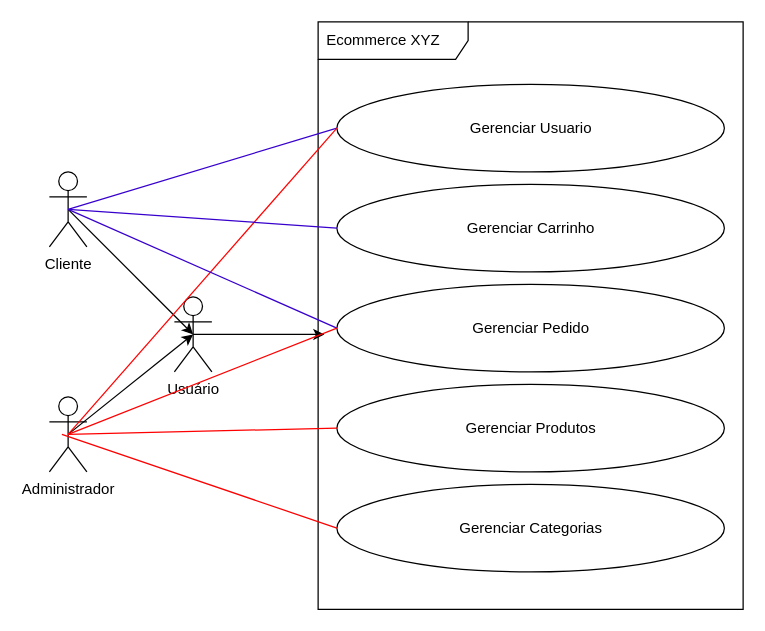
Before: page "Visão Geral - Domínio" (1 of 2) of requirements/ecommerce-caso-uso.drawio in robsonbucci/ecommerce-node-api, a draw.io diagram. Source tidied: cells renumbered, new cells numbered last; positions are measured from the earlier drawing's top-left corner, leaving out a move shared by most shapes. Both pictures are drawn from the tidied source at 125%, with x=0, y=0 at pixel (49, 21).
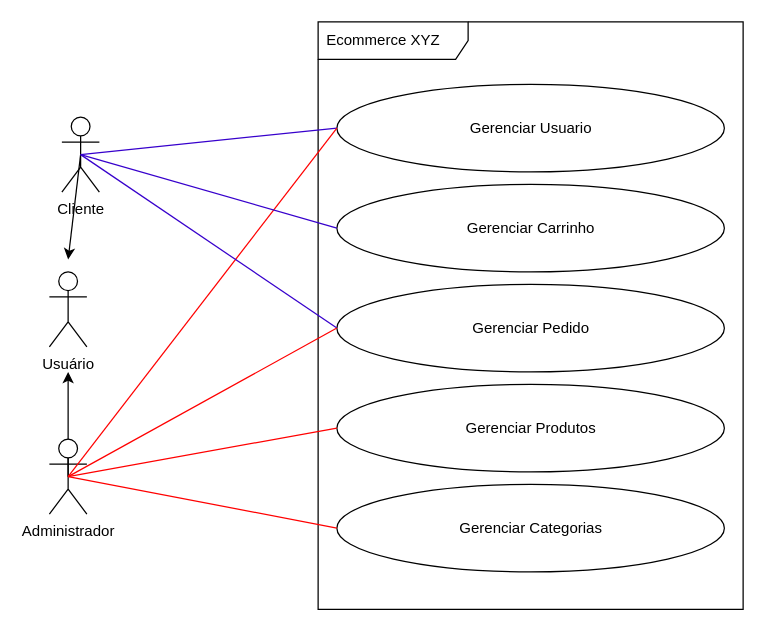
Above is the later version.

Commit message:
feat: add category subdomain

Unchanged cells that the change refers to:
```xml
<mxCell id="2" value="Ecommerce XYZ" style="shape=umlFrame;whiteSpace=wrap;html=1;width=120;height=30;boundedLbl=1;verticalAlign=middle;align=left;spacingLeft=5;" parent="1" vertex="1">
  <mxGeometry x="215" width="340" height="470" as="geometry" />
</mxCell>
<mxCell id="18" value="Gerenciar Categorias" style="html=1;strokeColor=none;fillColor=none;align=center;verticalAlign=middle;" parent="17" vertex="1">
  <mxGeometry y="26.2" width="310" height="17.5" as="geometry" />
</mxCell>
```

The edit, as a diff of the source:
```diff
@@
-    <mxCell id="3" style="edgeStyle=none;html=1;exitX=0.5;exitY=0.5;exitDx=0;exitDy=0;exitPerimeter=0;entryX=0.5;entryY=0.5;entryDx=0;entryDy=0;entryPerimeter=0;" parent="1" edge="1" source="4" target="8">
-      <mxGeometry relative="1" as="geometry" />
+    <mxCell id="3" style="edgeStyle=none;html=1;exitX=0.5;exitY=0.5;exitDx=0;exitDy=0;exitPerimeter=0;" parent="1" edge="1" source="4">
+      <mxGeometry relative="1" as="geometry">
+        <mxPoint x="15" y="190" as="targetPoint" />
+      </mxGeometry>
     </mxCell>
     <mxCell id="4" value="Cliente" style="shape=umlActor;verticalLabelPosition=bottom;verticalAlign=top;html=1;" parent="1" vertex="1">
-      <mxGeometry y="120" width="30" height="60" as="geometry" />
+      <mxGeometry x="10" y="76.2" width="30" height="60" as="geometry" />
     </mxCell>
-    <mxCell id="5" style="edgeStyle=none;html=1;exitX=0.5;exitY=0.5;exitDx=0;exitDy=0;exitPerimeter=0;entryX=0.5;entryY=0.5;entryDx=0;entryDy=0;entryPerimeter=0;" parent="1" edge="1" source="6" target="8">
-      <mxGeometry relative="1" as="geometry" />
+    <mxCell id="5" style="edgeStyle=none;html=1;exitX=0.5;exitY=0.5;exitDx=0;exitDy=0;exitPerimeter=0;" parent="1" edge="1" source="6">
+      <mxGeometry relative="1" as="geometry">
+        <mxPoint x="15" y="280" as="targetPoint" />
+      </mxGeometry>
     </mxCell>
     <mxCell id="6" value="Administrador" style="shape=umlActor;verticalLabelPosition=bottom;verticalAlign=top;html=1;" parent="1" vertex="1">
-      <mxGeometry y="300" width="30" height="60" as="geometry" />
+      <mxGeometry y="333.8" width="30" height="60" as="geometry" />
     </mxCell>
-    <mxCell id="7" style="edgeStyle=none;html=1;exitX=0.5;exitY=0.5;exitDx=0;exitDy=0;exitPerimeter=0;entryX=0.015;entryY=0.532;entryDx=0;entryDy=0;entryPerimeter=0;" parent="1" edge="1" source="8" target="2">
-      <mxGeometry relative="1" as="geometry" />
-    </mxCell>
     <mxCell id="8" value="Usuário" style="shape=umlActor;verticalLabelPosition=bottom;verticalAlign=top;html=1;" parent="1" vertex="1">
-      <mxGeometry x="100" y="220" width="30" height="60" as="geometry" />
+      <mxGeometry y="200" width="30" height="60" as="geometry" />
     </mxCell>
@@
-    <mxCell id="25" style="edgeStyle=none;html=1;exitX=0;exitY=0.5;exitDx=0;exitDy=0;strokeColor=#FF0000;endArrow=none;endFill=0;" parent="1" edge="1" source="18">
-      <mxGeometry relative="1" as="geometry">
-        <mxPoint x="10" y="330" as="targetPoint" />
-      </mxGeometry>
+    <mxCell id="25" style="edgeStyle=none;html=1;exitX=0;exitY=0.5;exitDx=0;exitDy=0;strokeColor=#FF0000;endArrow=none;endFill=0;entryX=0.5;entryY=0.5;entryDx=0;entryDy=0;entryPerimeter=0;" parent="1" edge="1" source="18" target="6">
+      <mxGeometry relative="1" as="geometry" />
     </mxCell>
```
